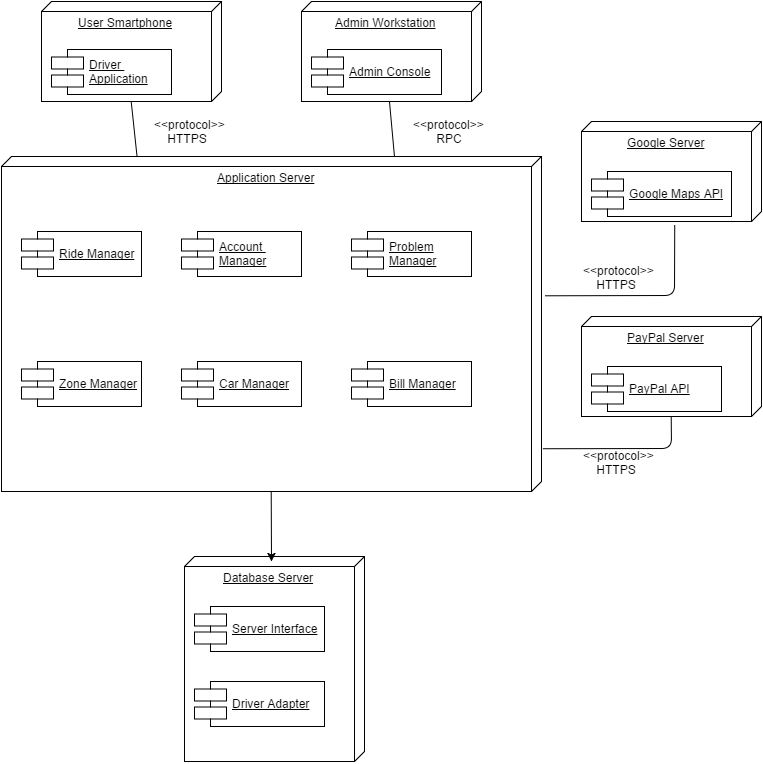
This is Workspace/DD/Resources/DeploymentDiagram.png from FrancescoZ/PowerEnJoy, a draw.io export, as it was before one commit. Source tidied: cells renumbered, new cells last; positions are measured from the earlier drawing's top-left corner, leaving out a move shared by most shapes. The source it was exported from:
```xml
<mxGraphModel background="#ffffff">
  <root>
    <mxCell id="0" />
    <mxCell id="1" parent="0" />
    <mxCell id="2" value="&lt;div style=&quot;text-align: right&quot;&gt;&lt;span&gt;User Smartphone&lt;/span&gt;&lt;/div&gt;" style="verticalAlign=top;align=center;spacingTop=8;spacingLeft=2;spacingRight=12;shape=cube;size=10;direction=south;fontStyle=4;html=1;rounded=0;shadow=0;labelBackgroundColor=none;strokeColor=#000000;strokeWidth=1;fillColor=none;gradientColor=#ffffff;fontSize=12;fontColor=none;" parent="1" vertex="1">
      <mxGeometry x="40" width="180" height="100" as="geometry" />
    </mxCell>
    <mxCell id="3" value="&lt;u&gt;Driver &lt;br&gt;Application&lt;/u&gt;" style="shape=component;align=left;spacingLeft=36;rounded=0;shadow=0;labelBackgroundColor=none;strokeColor=#000000;strokeWidth=1;fillColor=none;gradientColor=#ffffff;fontSize=12;fontColor=none;html=1;" parent="1" vertex="1">
      <mxGeometry x="50" y="48" width="120" height="45" as="geometry" />
    </mxCell>
    <mxCell id="4" value="&lt;div style=&quot;text-align: right&quot;&gt;&lt;span&gt;Admin Workstation&lt;/span&gt;&lt;/div&gt;" style="verticalAlign=top;align=center;spacingTop=8;spacingLeft=2;spacingRight=12;shape=cube;size=10;direction=south;fontStyle=4;html=1;rounded=0;shadow=0;labelBackgroundColor=none;strokeColor=#000000;strokeWidth=1;fillColor=none;gradientColor=#ffffff;fontSize=12;fontColor=none;" parent="1" vertex="1">
      <mxGeometry x="300" width="180" height="100" as="geometry" />
    </mxCell>
    <mxCell id="5" value="&lt;u&gt;Admin Console&lt;/u&gt;" style="shape=component;align=left;spacingLeft=36;rounded=0;shadow=0;labelBackgroundColor=none;strokeColor=#000000;strokeWidth=1;fillColor=none;gradientColor=#ffffff;fontSize=12;fontColor=none;html=1;" parent="1" vertex="1">
      <mxGeometry x="310" y="48" width="130" height="45" as="geometry" />
    </mxCell>
    <mxCell id="6" value="&lt;div style=&quot;text-align: right&quot;&gt;&lt;span&gt;Google Server&lt;/span&gt;&lt;/div&gt;" style="verticalAlign=top;align=center;spacingTop=8;spacingLeft=2;spacingRight=12;shape=cube;size=10;direction=south;fontStyle=4;html=1;rounded=0;shadow=0;labelBackgroundColor=none;strokeColor=#000000;strokeWidth=1;fillColor=none;gradientColor=#ffffff;fontSize=12;fontColor=none;" parent="1" vertex="1">
      <mxGeometry x="580" y="120" width="180" height="100" as="geometry" />
    </mxCell>
    <mxCell id="7" value="&lt;div style=&quot;text-align: right&quot;&gt;&lt;span&gt;PayPal Server&lt;/span&gt;&lt;/div&gt;" style="verticalAlign=top;align=center;spacingTop=8;spacingLeft=2;spacingRight=12;shape=cube;size=10;direction=south;fontStyle=4;html=1;rounded=0;shadow=0;labelBackgroundColor=none;strokeColor=#000000;strokeWidth=1;fillColor=none;gradientColor=#ffffff;fontSize=12;fontColor=none;" parent="1" vertex="1">
      <mxGeometry x="580" y="315" width="180" height="100" as="geometry" />
    </mxCell>
    <mxCell id="8" value="&lt;u&gt;PayPal API&lt;/u&gt;" style="shape=component;align=left;spacingLeft=36;rounded=0;shadow=0;labelBackgroundColor=none;strokeColor=#000000;strokeWidth=1;fillColor=none;gradientColor=#ffffff;fontSize=12;fontColor=none;html=1;" parent="1" vertex="1">
      <mxGeometry x="590" y="365" width="130" height="45" as="geometry" />
    </mxCell>
    <mxCell id="9" value="&lt;u&gt;Google Maps API&lt;/u&gt;" style="shape=component;align=left;spacingLeft=36;rounded=0;shadow=0;labelBackgroundColor=none;strokeColor=#000000;strokeWidth=1;fillColor=none;gradientColor=#ffffff;fontSize=12;fontColor=none;html=1;" parent="1" vertex="1">
      <mxGeometry x="590" y="170" width="140" height="45" as="geometry" />
    </mxCell>
    <mxCell id="10" value="Application Server" style="verticalAlign=top;align=center;spacingTop=8;spacingLeft=2;spacingRight=12;shape=cube;size=10;direction=south;fontStyle=4;html=1;rounded=0;shadow=0;labelBackgroundColor=none;strokeColor=#000000;strokeWidth=1;fillColor=none;gradientColor=#ffffff;fontSize=12;fontColor=none;" parent="1" vertex="1">
      <mxGeometry y="155" width="540" height="335" as="geometry" />
    </mxCell>
    <mxCell id="11" value="&lt;u&gt;Ride Manager&lt;/u&gt;" style="shape=component;align=left;spacingLeft=36;rounded=0;shadow=0;labelBackgroundColor=none;strokeColor=#000000;strokeWidth=1;fillColor=none;gradientColor=#ffffff;fontSize=12;fontColor=none;html=1;" parent="1" vertex="1">
      <mxGeometry x="20" y="230" width="120" height="45" as="geometry" />
    </mxCell>
    <mxCell id="12" value="&lt;u&gt;Account&amp;nbsp;&lt;/u&gt;&lt;div&gt;&lt;u&gt;Manager&lt;/u&gt;&lt;/div&gt;" style="shape=component;align=left;spacingLeft=36;rounded=0;shadow=0;labelBackgroundColor=none;strokeColor=#000000;strokeWidth=1;fillColor=none;gradientColor=#ffffff;fontSize=12;fontColor=none;html=1;" parent="1" vertex="1">
      <mxGeometry x="180" y="230" width="120" height="45" as="geometry" />
    </mxCell>
    <mxCell id="13" value="&lt;u&gt;Problem&lt;/u&gt;&lt;div&gt;&lt;u&gt;Manager&lt;/u&gt;&lt;/div&gt;" style="shape=component;align=left;spacingLeft=36;rounded=0;shadow=0;labelBackgroundColor=none;strokeColor=#000000;strokeWidth=1;fillColor=none;gradientColor=#ffffff;fontSize=12;fontColor=none;html=1;" parent="1" vertex="1">
      <mxGeometry x="350" y="230" width="120" height="45" as="geometry" />
    </mxCell>
    <mxCell id="14" value="&lt;u&gt;Bill Manager&lt;/u&gt;" style="shape=component;align=left;spacingLeft=36;rounded=0;shadow=0;labelBackgroundColor=none;strokeColor=#000000;strokeWidth=1;fillColor=none;gradientColor=#ffffff;fontSize=12;fontColor=none;html=1;" parent="1" vertex="1">
      <mxGeometry x="350" y="360" width="120" height="45" as="geometry" />
    </mxCell>
    <mxCell id="15" value="&lt;u&gt;Car Manager&lt;/u&gt;" style="shape=component;align=left;spacingLeft=36;rounded=0;shadow=0;labelBackgroundColor=none;strokeColor=#000000;strokeWidth=1;fillColor=none;gradientColor=#ffffff;fontSize=12;fontColor=none;html=1;" parent="1" vertex="1">
      <mxGeometry x="180" y="360" width="120" height="45" as="geometry" />
    </mxCell>
    <mxCell id="16" value="&lt;u&gt;Zone Manager&lt;/u&gt;" style="shape=component;align=left;spacingLeft=36;rounded=0;shadow=0;labelBackgroundColor=none;strokeColor=#000000;strokeWidth=1;fillColor=none;gradientColor=#ffffff;fontSize=12;fontColor=none;html=1;" parent="1" vertex="1">
      <mxGeometry x="20" y="360" width="120" height="45" as="geometry" />
    </mxCell>
    <mxCell id="17" style="html=1;verticalAlign=bottom;endArrow=none;strokeColor=#000000;fontSize=12;fontColor=none;entryX=1;entryY=0.5;exitX=0;exitY=0.75;endFill=0;" parent="1" edge="1" source="10" target="2">
      <mxGeometry relative="1" as="geometry" />
    </mxCell>
    <mxCell id="18" value="&amp;lt;&amp;lt;protocol&amp;gt;&amp;gt;&lt;div&gt;&amp;nbsp; &amp;nbsp; HTTPS&lt;/div&gt;" style="text;html=1;align=left;verticalAlign=top;spacingTop=-4;fontSize=12;fontColor=none;" parent="1" vertex="1">
      <mxGeometry x="151" y="114" width="90" height="30" as="geometry" />
    </mxCell>
    <mxCell id="19" value="&amp;lt;&amp;lt;protocol&amp;gt;&amp;gt;&lt;div&gt;&amp;nbsp; &amp;nbsp; &amp;nbsp; &amp;nbsp;RPC&lt;/div&gt;" style="text;html=1;align=left;verticalAlign=top;spacingTop=-4;fontSize=12;fontColor=none;" parent="1" vertex="1">
      <mxGeometry x="410" y="114" width="90" height="30" as="geometry" />
    </mxCell>
    <mxCell id="20" style="html=1;verticalAlign=bottom;endArrow=none;strokeColor=#000000;fontSize=12;fontColor=none;entryX=1;entryY=0.5;exitX=0;exitY=0.75;endFill=0;" parent="1" edge="1">
      <mxGeometry x="438" y="130.3" as="geometry">
        <mxPoint x="393" y="155.3" as="sourcePoint" />
        <mxPoint x="388" y="100.3" as="targetPoint" />
      </mxGeometry>
    </mxCell>
    <mxCell id="21" value="&amp;lt;&amp;lt;protocol&amp;gt;&amp;gt;&lt;div&gt;&amp;nbsp; &amp;nbsp; HTTPS&lt;/div&gt;" style="text;html=1;align=left;verticalAlign=top;spacingTop=-4;fontSize=12;fontColor=none;" parent="1" vertex="1">
      <mxGeometry x="580" y="260" width="90" height="30" as="geometry" />
    </mxCell>
    <mxCell id="22" value="&amp;lt;&amp;lt;protocol&amp;gt;&amp;gt;&lt;div&gt;&amp;nbsp; &amp;nbsp; HTTPS&lt;/div&gt;" style="text;html=1;align=left;verticalAlign=top;spacingTop=-4;fontSize=12;fontColor=none;" parent="1" vertex="1">
      <mxGeometry x="580" y="445" width="90" height="30" as="geometry" />
    </mxCell>
    <mxCell id="23" style="endArrow=none;html=1;strokeColor=#000000;fontSize=12;fontColor=none;exitX=0.597;exitY=1.19;exitPerimeter=0;entryX=0.415;entryY=-0.008;entryPerimeter=0;endFill=0;" parent="1" edge="1" source="9" target="10">
      <mxGeometry relative="1" as="geometry">
        <Array as="points">
          <mxPoint x="673" y="294" />
        </Array>
      </mxGeometry>
    </mxCell>
    <mxCell id="24" style="endArrow=none;html=1;strokeColor=#000000;fontSize=12;fontColor=none;exitX=1;exitY=0.5;entryX=0.872;entryY=-0.003;entryPerimeter=0;endFill=0;" parent="1" edge="1" source="7" target="10">
      <mxGeometry x="599.8" y="430.2" as="geometry">
        <Array as="points">
          <mxPoint x="670" y="447" />
        </Array>
      </mxGeometry>
    </mxCell>
    <mxCell id="25" style="endArrow=classic;html=1;strokeColor=#000000;fontSize=12;fontColor=none;exitX=1;exitY=0.5;" parent="1" edge="1" source="10">
      <mxGeometry relative="1" as="geometry">
        <mxPoint x="270" y="560" as="targetPoint" />
      </mxGeometry>
    </mxCell>
    <mxCell id="26" value="&lt;div style=&quot;text-align: right&quot;&gt;&lt;span&gt;Database Server&lt;/span&gt;&lt;/div&gt;" style="verticalAlign=top;align=center;spacingTop=8;spacingLeft=2;spacingRight=12;shape=cube;size=10;direction=south;fontStyle=4;html=1;rounded=0;shadow=0;labelBackgroundColor=none;strokeColor=#000000;strokeWidth=1;fillColor=none;gradientColor=#ffffff;fontSize=12;fontColor=none;" parent="1" vertex="1">
      <mxGeometry x="183" y="555" width="180" height="205" as="geometry" />
    </mxCell>
    <mxCell id="27" value="&lt;u&gt;Server Interface&lt;/u&gt;" style="shape=component;align=left;spacingLeft=36;rounded=0;shadow=0;labelBackgroundColor=none;strokeColor=#000000;strokeWidth=1;fillColor=none;gradientColor=#ffffff;fontSize=12;fontColor=none;html=1;" parent="1" vertex="1">
      <mxGeometry x="193" y="605" width="130" height="45" as="geometry" />
    </mxCell>
    <mxCell id="28" value="&lt;u&gt;Driver Adapter&lt;/u&gt;" style="shape=component;align=left;spacingLeft=36;rounded=0;shadow=0;labelBackgroundColor=none;strokeColor=#000000;strokeWidth=1;fillColor=none;gradientColor=#ffffff;fontSize=12;fontColor=none;html=1;" parent="1" vertex="1">
      <mxGeometry x="193" y="680" width="130" height="45" as="geometry" />
    </mxCell>
  </root>
</mxGraphModel>
```
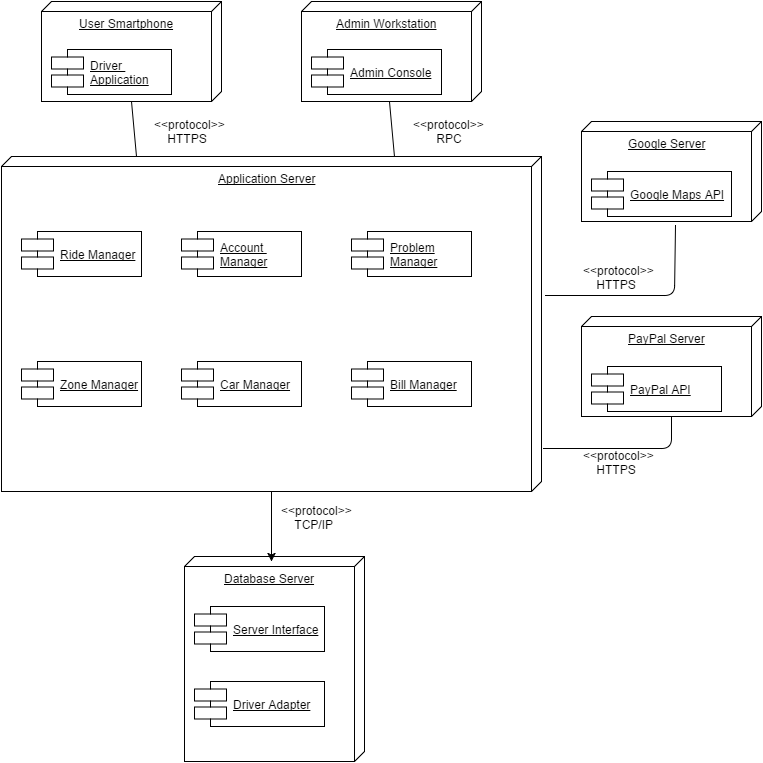
The same diagram one commit later.

Change to the diagram source:
```diff
@@ -96,5 +96,8 @@
     <mxCell id="28" value="&lt;u&gt;Driver Adapter&lt;/u&gt;" style="shape=component;align=left;spacingLeft=36;rounded=0;shadow=0;labelBackgroundColor=none;strokeColor=#000000;strokeWidth=1;fillColor=none;gradientColor=#ffffff;fontSize=12;fontColor=none;html=1;" parent="1" vertex="1">
       <mxGeometry x="193" y="680" width="130" height="45" as="geometry" />
     </mxCell>
+    <mxCell id="29" value="&amp;lt;&amp;lt;protocol&amp;gt;&amp;gt;&lt;div&gt;&amp;nbsp; &amp;nbsp; TCP/IP&lt;/div&gt;" style="text;html=1;align=left;verticalAlign=top;spacingTop=-4;fontSize=12;fontColor=none;" parent="1" vertex="1">
+      <mxGeometry x="278" y="500" width="90" height="30" as="geometry" />
+    </mxCell>
   </root>
 </mxGraphModel>
```
